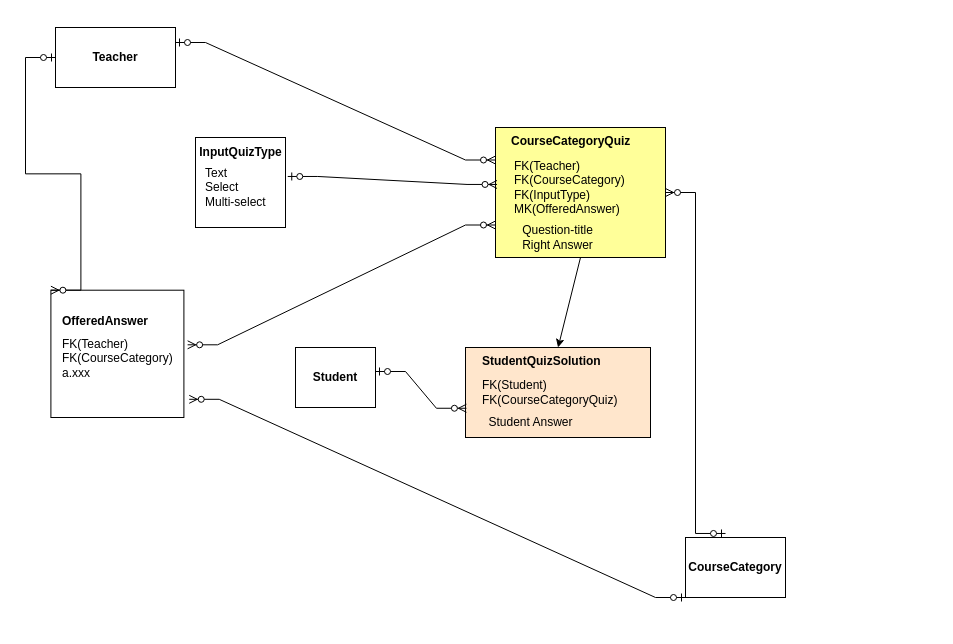
Before: page "version-4" (4 of 4) of Question-Answer-db-schema3.drawio in mikekim-fullstack/lalasol_db_schema, a draw.io diagram. Source tidied: cells renumbered, new cells numbered last; positions are measured from the earlier drawing's top-left corner, leaving out a move shared by most shapes. Both pictures are drawn from the tidied source at 100%, with x=0, y=0 at pixel (25, 27).
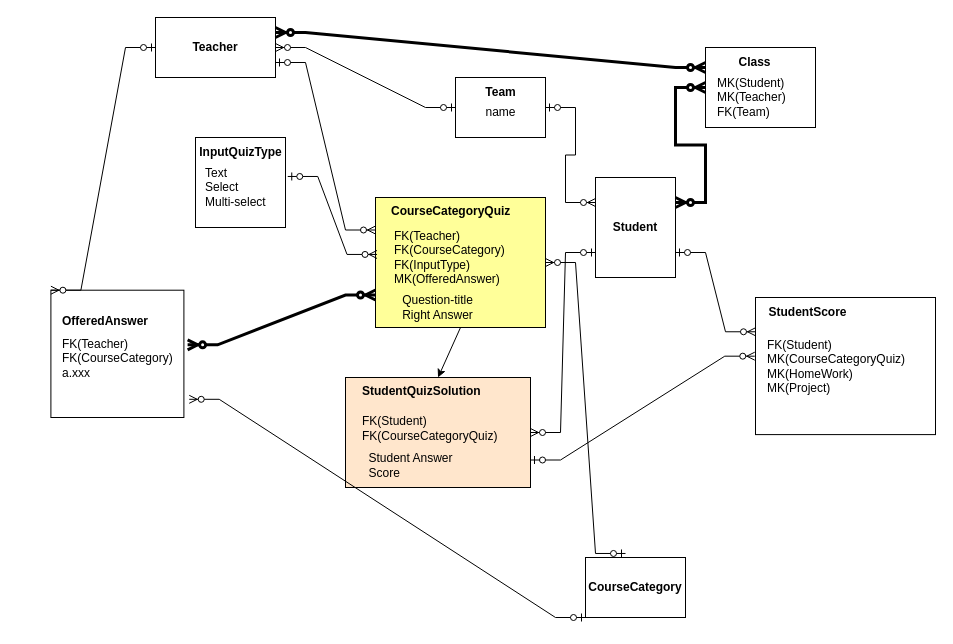
After the change.

Unchanged cells that the change refers to:
```xml
<mxCell id="5" style="rounded=0;whiteSpace=wrap;html=1;fillColor=#FFFF99;" parent="4" vertex="1">
  <mxGeometry width="170" height="130" as="geometry" />
</mxCell>
<mxCell id="24" style="rounded=0;whiteSpace=wrap;html=1;" parent="23" vertex="1">
  <mxGeometry width="133" height="127.3" as="geometry" />
</mxCell>
```

What changed in the source:
```diff
@@
-    <mxCell id="3" style="edgeStyle=entityRelationEdgeStyle;fontSize=12;html=1;endArrow=ERzeroToMany;startArrow=ERzeroToOne;rounded=0;entryX=0;entryY=0.25;entryDx=0;entryDy=0;exitX=1;exitY=0.25;exitDx=0;exitDy=0;" parent="1" edge="1" source="15" target="5">
+    <mxCell id="3" style="edgeStyle=entityRelationEdgeStyle;fontSize=12;html=1;endArrow=ERzeroToMany;startArrow=ERzeroToOne;rounded=0;entryX=0;entryY=0.25;entryDx=0;entryDy=0;exitX=1;exitY=0.75;exitDx=0;exitDy=0;" parent="1" edge="1" source="15" target="5">
       <mxGeometry relative="1" as="geometry" />
     </mxCell>
     <mxCell id="4" style="group;" parent="1" vertex="1">
-      <mxGeometry x="470" y="100" width="171.2" height="130" as="geometry" />
+      <mxGeometry x="350" y="170" width="171.2" height="130" as="geometry" />
     </mxCell>
@@
     <mxCell id="9" style="group;fillColor=#FFE6CC;" parent="1" vertex="1">
-      <mxGeometry x="440" y="320" width="185" height="90" as="geometry" />
+      <mxGeometry x="320" y="350" width="185" height="110" as="geometry" />
     </mxCell>
     <mxCell id="10" style="rounded=0;whiteSpace=wrap;html=1;fillColor=#FFE6CC;" parent="9" vertex="1">
-      <mxGeometry width="185" height="90" as="geometry" />
+      <mxGeometry width="185" height="110" as="geometry" />
     </mxCell>
     <mxCell id="11" value="&lt;div&gt;FK(Student)&lt;/div&gt;&lt;div&gt;FK(CourseCategoryQuiz)&lt;br&gt;&lt;/div&gt;" style="text;html=1;align=left;verticalAlign=middle;strokeColor=none;fillColor=none;" parent="9" vertex="1">
-      <mxGeometry x="15.4" y="25" width="160" height="40" as="geometry" />
+      <mxGeometry x="15.4" y="30.6" width="160" height="40" as="geometry" />
     </mxCell>
     <mxCell id="12" value="StudentQuizSolution" style="text;whiteSpace=wrap;html=1;fontStyle=1;" parent="9" vertex="1">
-      <mxGeometry x="15.4" width="169.6" height="24.5" as="geometry" />
+      <mxGeometry x="15.4" width="169.6" height="30" as="geometry" />
     </mxCell>
-    <mxCell id="13" value="Student Answer" style="text;html=1;align=center;verticalAlign=middle;strokeColor=none;fillColor=none;" parent="9" vertex="1">
-      <mxGeometry x="10" y="60" width="110" height="30" as="geometry" />
+    <mxCell id="13" value="&lt;div&gt;Student Answer&lt;/div&gt;&lt;div align=&quot;left&quot;&gt;Score&lt;br&gt;&lt;/div&gt;" style="text;html=1;align=center;verticalAlign=middle;strokeColor=none;fillColor=none;" parent="9" vertex="1">
+      <mxGeometry x="10" y="68.3" width="110" height="40" as="geometry" />
     </mxCell>
@@
     <mxCell id="15" value="Teacher" style="rounded=0;whiteSpace=wrap;html=1;fontStyle=1;" parent="1" vertex="1">
-      <mxGeometry x="30" width="120" height="60" as="geometry" />
+      <mxGeometry x="130" y="-10" width="120" height="60" as="geometry" />
     </mxCell>
     <mxCell id="16" value="CourseCategory" style="rounded=0;whiteSpace=wrap;html=1;fontStyle=1;" parent="1" vertex="1">
-      <mxGeometry x="660" y="510" width="100" height="60" as="geometry" />
+      <mxGeometry x="560" y="530" width="100" height="60" as="geometry" />
     </mxCell>
@@
-    <mxCell id="27" style="edgeStyle=entityRelationEdgeStyle;fontSize=12;html=1;endArrow=ERzeroToMany;endFill=1;startArrow=ERzeroToMany;rounded=0;entryX=0;entryY=0.75;entryDx=0;entryDy=0;exitX=1.028;exitY=0.429;exitDx=0;exitDy=0;exitPerimeter=0;" parent="1" edge="1" source="24" target="5">
+    <mxCell id="27" style="edgeStyle=entityRelationEdgeStyle;fontSize=12;html=1;endArrow=ERzeroToMany;endFill=1;startArrow=ERzeroToMany;rounded=0;entryX=0;entryY=0.75;entryDx=0;entryDy=0;exitX=1.028;exitY=0.429;exitDx=0;exitDy=0;exitPerimeter=0;strokeWidth=3;" parent="1" edge="1" source="24" target="5">
       <mxGeometry relative="1" as="geometry" />
     </mxCell>
     <mxCell id="28" value="Student" style="rounded=0;whiteSpace=wrap;html=1;fontStyle=1;" parent="1" vertex="1">
-      <mxGeometry x="270" y="320" width="80" height="60" as="geometry" />
+      <mxGeometry x="570" y="150" width="80" height="100" as="geometry" />
     </mxCell>
-    <mxCell id="29" style="edgeStyle=entityRelationEdgeStyle;fontSize=12;html=1;endArrow=ERzeroToMany;startArrow=ERzeroToOne;rounded=0;exitX=1;exitY=0.4;exitDx=0;exitDy=0;entryX=0.005;entryY=0.675;entryDx=0;entryDy=0;exitPerimeter=0;entryPerimeter=0;" parent="1" edge="1" source="28" target="10">
+    <mxCell id="29" style="edgeStyle=entityRelationEdgeStyle;fontSize=12;html=1;endArrow=ERzeroToMany;startArrow=ERzeroToOne;rounded=0;exitX=0;exitY=0.75;exitDx=0;exitDy=0;entryX=1;entryY=0.5;entryDx=0;entryDy=0;" parent="1" edge="1" source="28" target="10">
       <mxGeometry relative="1" as="geometry" />
     </mxCell>
@@
+    <mxCell id="32" style="group;" parent="1" vertex="1">
+      <mxGeometry x="430" y="50" width="90" height="60" as="geometry" />
+    </mxCell>
+    <mxCell id="33" style="rounded=0;whiteSpace=wrap;html=1;" parent="32" vertex="1">
+      <mxGeometry width="90" height="60" as="geometry" />
+    </mxCell>
+    <mxCell id="34" value="Team" style="text;html=1;align=center;verticalAlign=middle;strokeColor=none;fillColor=none;fontStyle=1;" parent="32" vertex="1">
+      <mxGeometry x="20" width="50" height="30" as="geometry" />
+    </mxCell>
+    <mxCell id="35" value="name" style="text;html=1;align=center;verticalAlign=middle;strokeColor=none;fillColor=none;" parent="32" vertex="1">
+      <mxGeometry x="20" y="20" width="50" height="30" as="geometry" />
+    </mxCell>
+    <mxCell id="36" style="group;" parent="1" vertex="1">
+      <mxGeometry x="680" y="20" width="110" height="80" as="geometry" />
+    </mxCell>
+    <mxCell id="37" style="rounded=0;whiteSpace=wrap;html=1;" parent="36" vertex="1">
+      <mxGeometry width="110" height="80" as="geometry" />
+    </mxCell>
+    <mxCell id="38" value="Class" style="text;html=1;align=center;verticalAlign=middle;strokeColor=none;fillColor=none;fontStyle=1;" parent="36" vertex="1">
+      <mxGeometry x="19.4" width="60" height="30" as="geometry" />
+    </mxCell>
+    <mxCell id="39" value="&lt;div&gt;MK(Student)&lt;/div&gt;&lt;div&gt;MK(Teacher)&lt;/div&gt;&lt;div&gt;FK(Team)&lt;br&gt;&lt;/div&gt;" style="text;html=1;align=left;verticalAlign=middle;strokeColor=none;fillColor=none;" parent="36" vertex="1">
+      <mxGeometry x="10" y="20" width="90" height="60" as="geometry" />
+    </mxCell>
+    <mxCell id="40" style="edgeStyle=entityRelationEdgeStyle;fontSize=12;html=1;endArrow=ERzeroToMany;endFill=1;startArrow=ERzeroToMany;rounded=0;entryX=0;entryY=0.5;entryDx=0;entryDy=0;exitX=1;exitY=0.25;exitDx=0;exitDy=0;strokeWidth=3;" parent="1" edge="1" source="28" target="37">
+      <mxGeometry relative="1" as="geometry" />
+    </mxCell>
+    <mxCell id="41" style="edgeStyle=entityRelationEdgeStyle;fontSize=12;html=1;endArrow=ERzeroToMany;endFill=1;startArrow=ERzeroToMany;rounded=0;entryX=0;entryY=0.25;entryDx=0;entryDy=0;exitX=1;exitY=0.25;exitDx=0;exitDy=0;strokeWidth=3;" parent="1" edge="1" source="15" target="37">
+      <mxGeometry relative="1" as="geometry" />
+    </mxCell>
+    <mxCell id="42" style="edgeStyle=entityRelationEdgeStyle;fontSize=12;html=1;endArrow=ERzeroToMany;startArrow=ERzeroToOne;rounded=0;exitX=0;exitY=0.5;exitDx=0;exitDy=0;entryX=1;entryY=0.5;entryDx=0;entryDy=0;" parent="1" edge="1" source="33" target="15">
+      <mxGeometry relative="1" as="geometry" />
+    </mxCell>
+    <mxCell id="43" style="group;" parent="1" vertex="1">
+      <mxGeometry x="730" y="270" width="180" height="160" as="geometry" />
+    </mxCell>
+    <mxCell id="44" style="rounded=0;whiteSpace=wrap;html=1;" parent="43" vertex="1">
+      <mxGeometry width="180" height="137.1" as="geometry" />
+    </mxCell>
+    <mxCell id="45" value="StudentScore" style="text;html=1;align=center;verticalAlign=middle;strokeColor=none;fillColor=none;fontStyle=1;" parent="43" vertex="1">
+      <mxGeometry x="1.6" width="100" height="30" as="geometry" />
+    </mxCell>
+    <mxCell id="46" value="&lt;div&gt;FK(Student)&lt;/div&gt;&lt;div&gt;MK(CourseCategoryQuiz)&lt;/div&gt;&lt;div&gt;MK(HomeWork)&lt;/div&gt;&lt;div&gt;MK(Project)&lt;br&gt;&lt;/div&gt;" style="text;html=1;align=left;verticalAlign=middle;strokeColor=none;fillColor=none;" parent="43" vertex="1">
+      <mxGeometry x="10" y="33.6" width="160" height="70" as="geometry" />
+    </mxCell>
+    <mxCell id="47" style="edgeStyle=entityRelationEdgeStyle;fontSize=12;html=1;endArrow=ERzeroToMany;startArrow=ERzeroToOne;rounded=0;entryX=0;entryY=0.25;entryDx=0;entryDy=0;exitX=1;exitY=0.75;exitDx=0;exitDy=0;" parent="1" edge="1" source="28" target="44">
+      <mxGeometry relative="1" as="geometry" />
+    </mxCell>
+    <mxCell id="48" style="edgeStyle=entityRelationEdgeStyle;fontSize=12;html=1;endArrow=ERzeroToMany;startArrow=ERzeroToOne;rounded=0;entryX=-0.004;entryY=0.428;entryDx=0;entryDy=0;exitX=1;exitY=0.75;exitDx=0;exitDy=0;entryPerimeter=0;" parent="1" edge="1" source="10" target="44">
+      <mxGeometry relative="1" as="geometry" />
+    </mxCell>
+    <mxCell id="49" style="edgeStyle=entityRelationEdgeStyle;fontSize=12;html=1;endArrow=ERzeroToMany;startArrow=ERzeroToOne;rounded=0;exitX=1;exitY=0.5;exitDx=0;exitDy=0;entryX=0;entryY=0.25;entryDx=0;entryDy=0;" parent="1" edge="1" source="33" target="28">
+      <mxGeometry relative="1" as="geometry" />
+    </mxCell>
```
